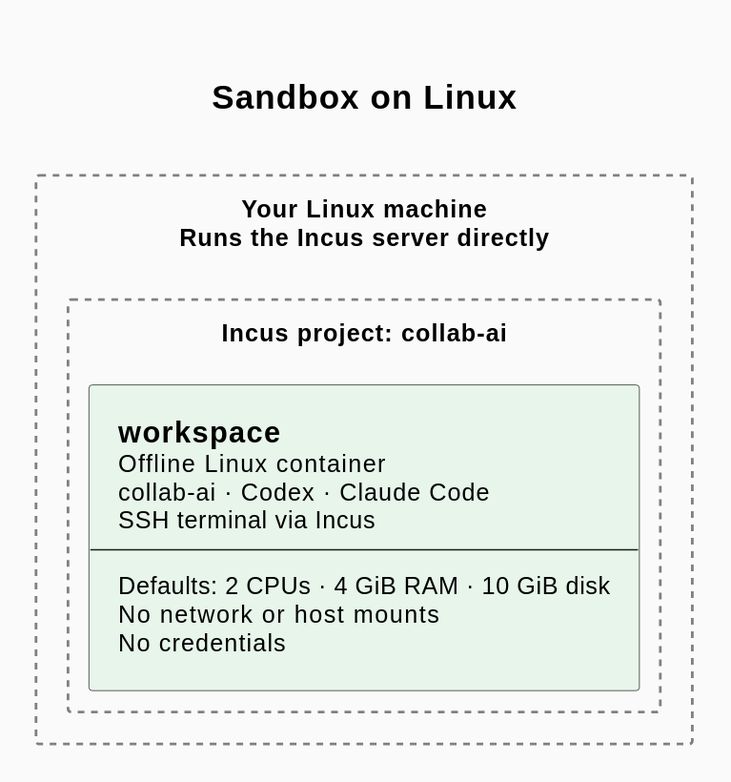
Earlier version of the PlantUML export docs/assets/sandbox-linux.svg (makarski/collab-ai). Its source is kept beside it as docs/assets/sandbox-linux.puml.
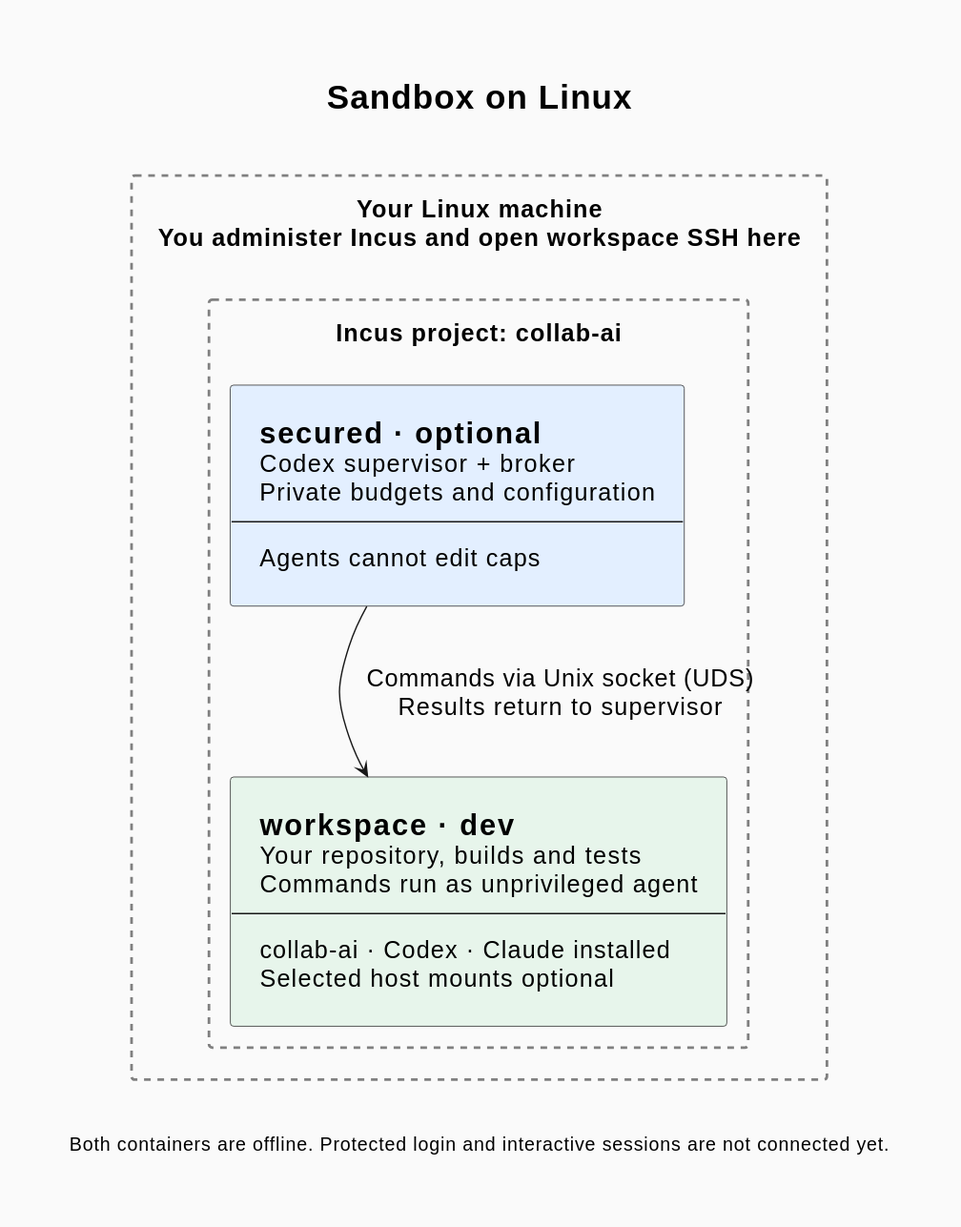
Later version of the same file.

Commit message:
docs: draft shared broker architecture and persistent agent storage

What changed in the source:
```diff
@@ -18,6 +18,9 @@
 .Workspace {
     BackgroundColor #e7f5eb
 }
+.Secured {
+    BackgroundColor #e3efff
+}
 </style>
 
 hide stereotype
@@ -29,19 +32,27 @@
     padding 12
 }
 
-rectangle "Your Linux machine\nRuns the Incus server directly" as Host {
+rectangle "Your Linux machine\nYou administer Incus and open workspace SSH here" as Host {
 rectangle "Incus project: collab-ai" as Project {
+    component Secured <<Secured>> [
+        =secured · optional
+        Codex supervisor + broker
+        Private budgets and configuration
+        --
+        Agents cannot edit caps
+    ]
     component Workspace <<Workspace>> [
-        =workspace
-        Offline Linux container
-        collab-ai · Codex · Claude Code
-        SSH terminal via Incus
+        =workspace · dev
+        Your repository, builds and tests
+        Commands run as unprivileged agent
         --
-        Defaults: 2 CPUs · 4 GiB RAM · 10 GiB disk
-        No network or host mounts
-        No credentials
+        collab-ai · Codex · Claude installed
+        Selected host mounts optional
     ]
 }
+Secured -down-> Workspace : Commands via Unix socket (UDS)\nResults return to supervisor
 }
 
+caption Both containers are offline. Protected login and interactive sessions are not connected yet.
+
 @enduml
```
